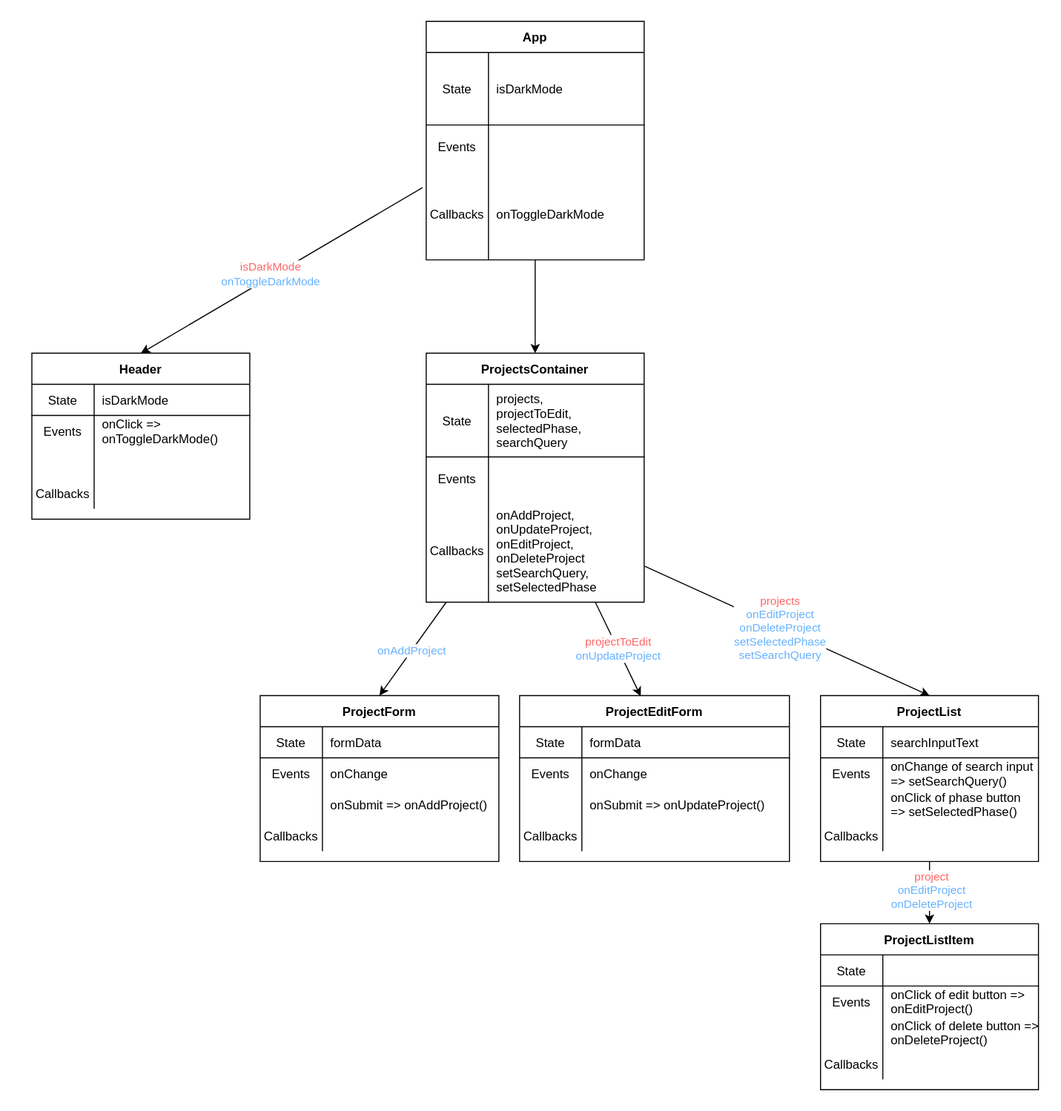
Before: 07_client_side_routing/assets/component-hierarchy-with-data-flow-with-react-router.drawio.svg, a diagram exported from draw.io (learn-co-curriculum/se-ntl-102824-Phase-1-ProjectShowcase). Source tidied: cells renumbered, new cells last; positions are measured from the earlier drawing's top-left corner, leaving out a move shared by most shapes.
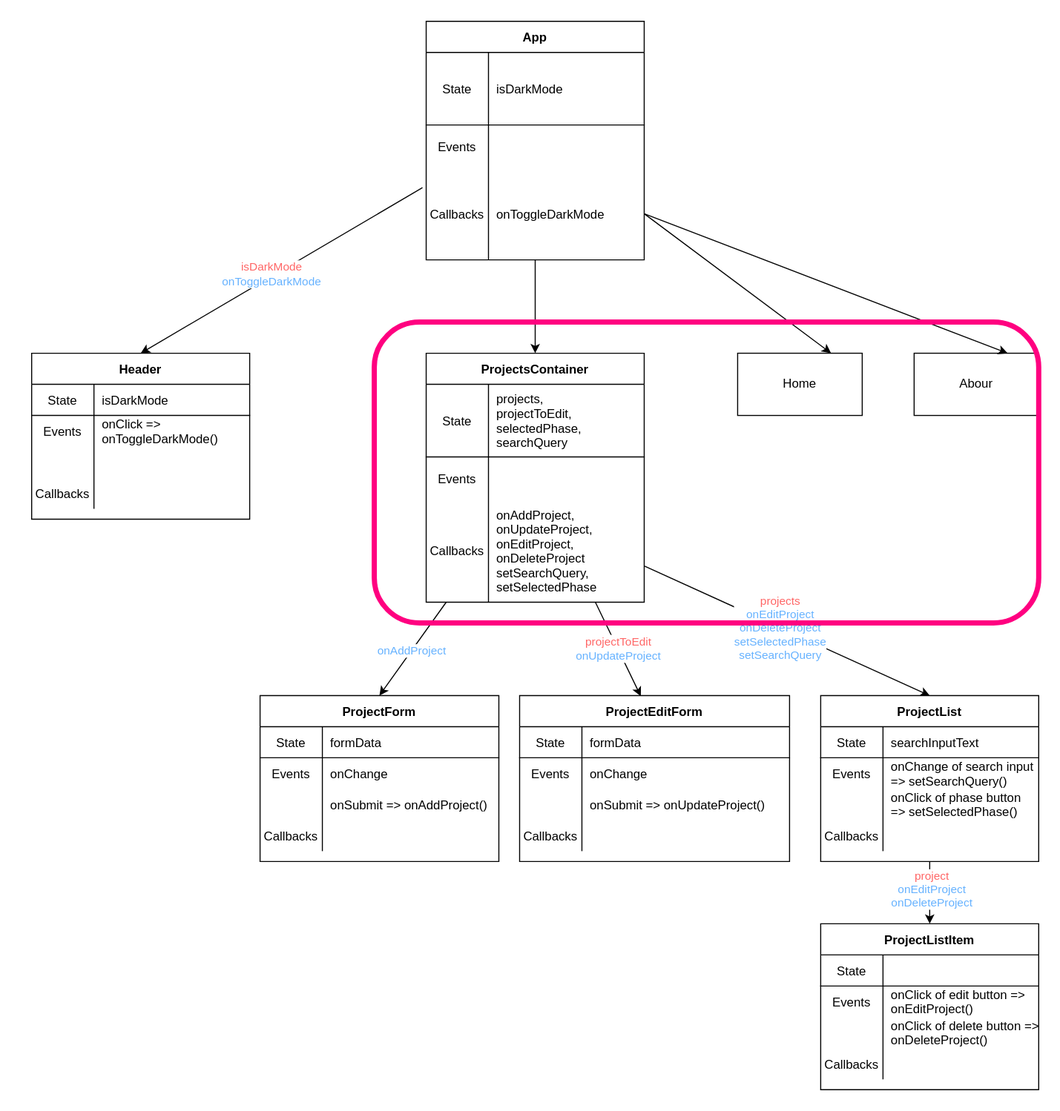
The same diagram one commit later.

Commit message:
adds nested routes, links, router hooks

What changed in the source:
```diff
@@ -303,5 +303,20 @@
     <mxCell id="100" value="onToggleDarkMode" style="shape=partialRectangle;fillColor=none;top=0;left=0;bottom=0;right=0;align=left;spacingLeft=6;overflow=visible;rowspan=2;" parent="98" vertex="1">
       <mxGeometry x="60" width="150" height="89" as="geometry" />
     </mxCell>
+    <mxCell id="101" value="Home" style="rounded=0;whiteSpace=wrap;html=1;" parent="1" vertex="1">
+      <mxGeometry x="710" y="340" width="120" height="60" as="geometry" />
+    </mxCell>
+    <mxCell id="102" value="Abour" style="rounded=0;whiteSpace=wrap;html=1;" parent="1" vertex="1">
+      <mxGeometry x="880" y="340" width="120" height="60" as="geometry" />
+    </mxCell>
+    <mxCell id="103" style="edgeStyle=none;html=1;exitX=1;exitY=0.5;exitDx=0;exitDy=0;entryX=0.75;entryY=0;entryDx=0;entryDy=0;" parent="1" edge="1" source="98" target="101">
+      <mxGeometry relative="1" as="geometry" />
+    </mxCell>
+    <mxCell id="104" style="edgeStyle=none;html=1;exitX=1;exitY=0.5;exitDx=0;exitDy=0;entryX=0.75;entryY=0;entryDx=0;entryDy=0;" parent="1" edge="1" source="98" target="102">
+      <mxGeometry relative="1" as="geometry" />
+    </mxCell>
+    <mxCell id="105" style="rounded=1;whiteSpace=wrap;html=1;fillColor=none;strokeColor=#FF0080;strokeWidth=5;" parent="1" vertex="1">
+      <mxGeometry x="360" y="310" width="640" height="290" as="geometry" />
+    </mxCell>
   </root>
 </mxGraphModel>
```
